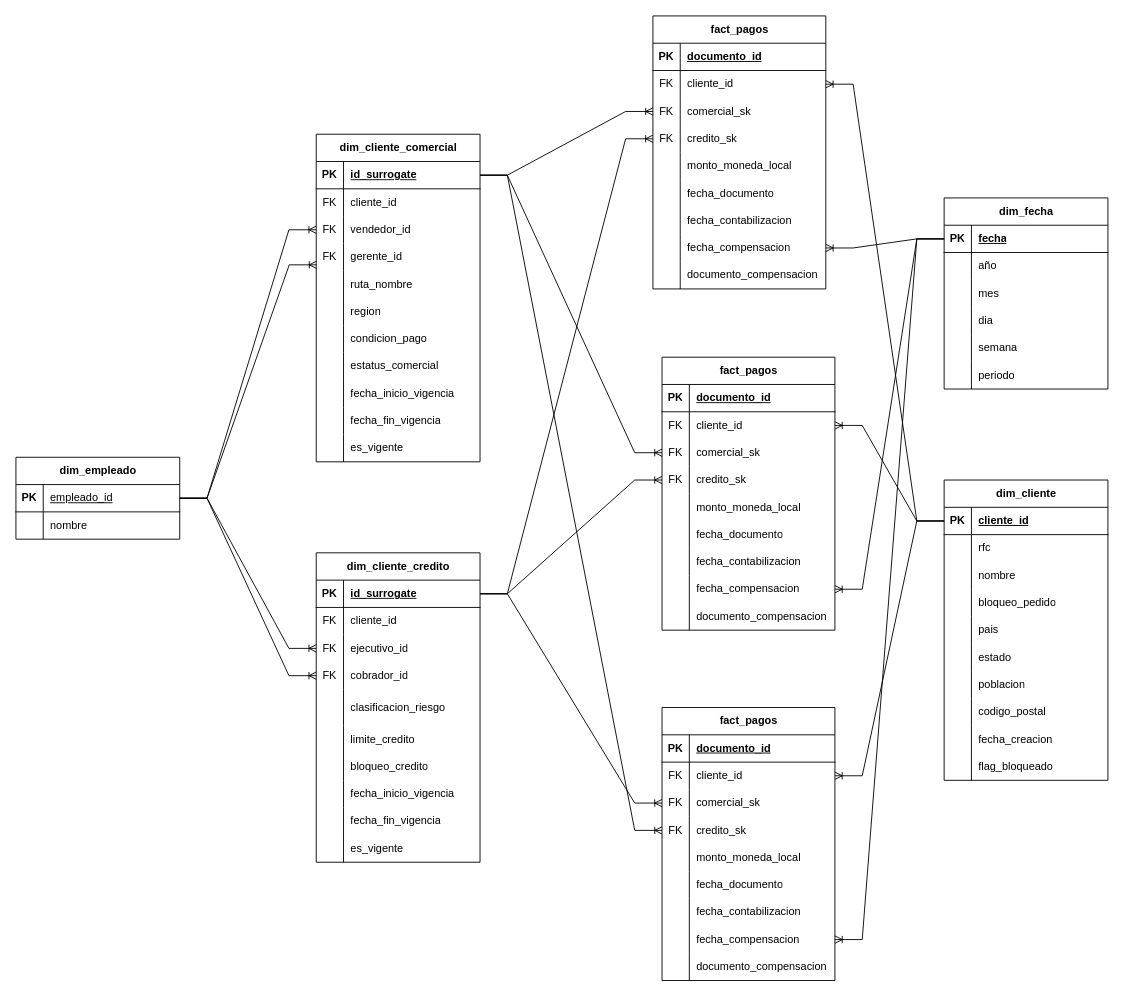
Above: docs/architecture/physical_data_model.drawio in romloc11/accounts-receivable-medallion-dwh (draw.io), before the change. Source tidied: cells renumbered, new cells numbered last; positions are measured from the earlier drawing's top-left corner, leaving out a move shared by most shapes. Both pictures are drawn from the tidied source at 91%, with x=0, y=0 at pixel (15, 15).
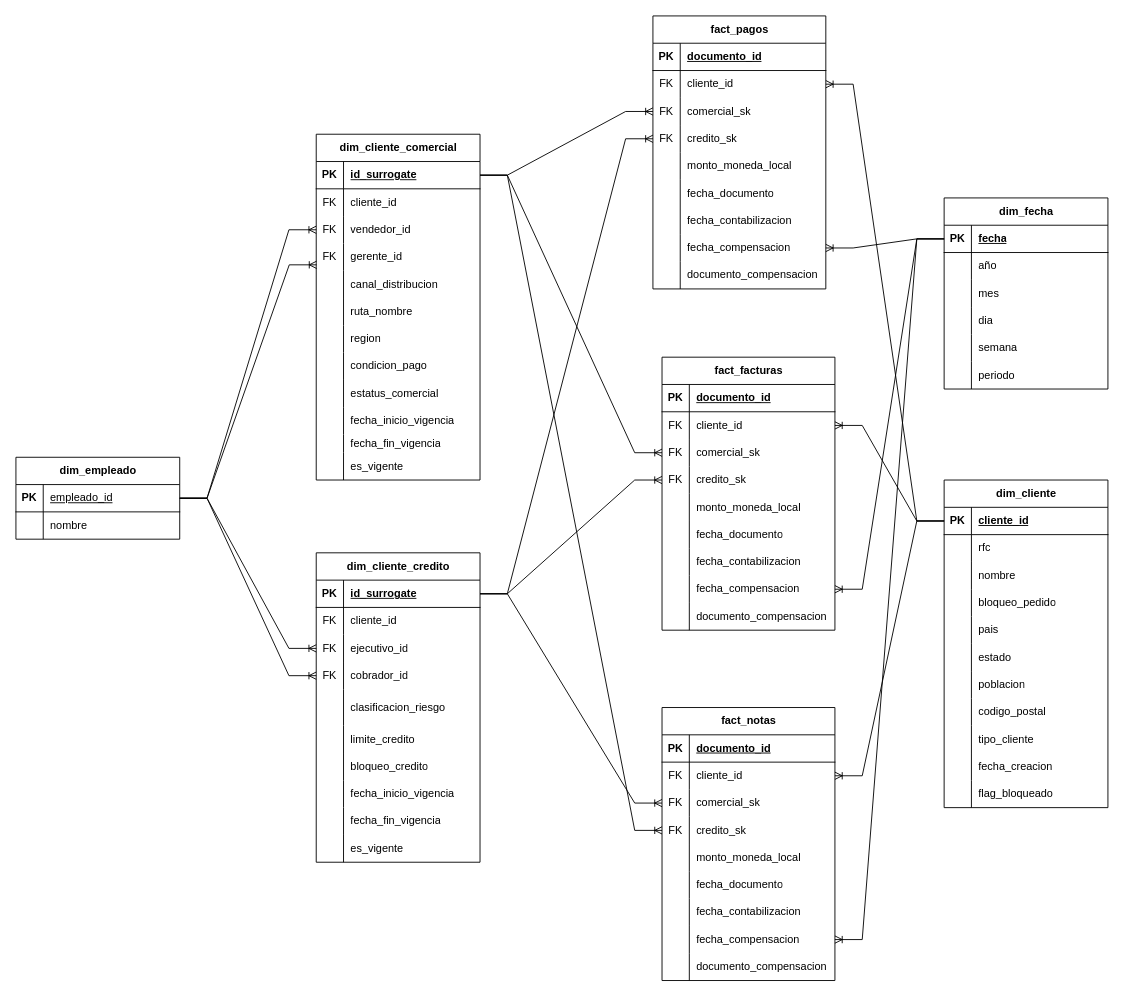
Above is the later version.

Commit message:
docs(arquitectura): actualiza el modelo fisico

Cambios al diagrama hechos fuera de esta sesion: agrega fact_facturas y
fact_notas, y atributos de cliente. fact_notas todavia no existe en gold -
el diagrama va adelante del codigo.

What changed in the source:
```diff
@@
     <mxCell id="2" value="dim_cliente" style="shape=table;startSize=30;childLayout=tableLayout;rowLines=0;fontStyle=1;align=center;html=1;" parent="1" vertex="1">
-      <mxGeometry x="1020" y="510" width="180" height="330" as="geometry" />
+      <mxGeometry x="1020" y="510" width="180" height="360" as="geometry" />
     </mxCell>
@@
+    <mxCell id="224" style="shape=tableRow;horizontal=0;startSize=0;swimlaneHead=0;swimlaneBody=0;fillColor=none;top=0;left=0;right=0;bottom=0;" parent="2" vertex="1">
+      <mxGeometry y="270" width="180" height="30" as="geometry" />
+    </mxCell>
+    <mxCell id="225" style="shape=partialRectangle;fillColor=none;top=0;left=0;bottom=0;right=0;overflow=hidden;whiteSpace=wrap;html=1;" parent="224" vertex="1">
+      <mxGeometry width="30" height="30" as="geometry" />
+    </mxCell>
+    <mxCell id="226" value="tipo_cliente" style="shape=partialRectangle;fillColor=none;top=0;left=0;bottom=0;right=0;align=left;spacingLeft=6;overflow=hidden;whiteSpace=wrap;html=1;" parent="224" vertex="1">
+      <mxGeometry x="30" width="150" height="30" as="geometry" />
+    </mxCell>
     <mxCell id="27" style="shape=tableRow;horizontal=0;startSize=0;swimlaneHead=0;swimlaneBody=0;fillColor=none;top=0;left=0;right=0;bottom=0;" parent="2" vertex="1">
-      <mxGeometry y="270" width="180" height="30" as="geometry" />
+      <mxGeometry y="300" width="180" height="30" as="geometry" />
     </mxCell>
@@
     <mxCell id="30" style="shape=tableRow;horizontal=0;startSize=0;swimlaneHead=0;swimlaneBody=0;fillColor=none;top=0;left=0;right=0;bottom=0;" parent="2" vertex="1">
-      <mxGeometry y="300" width="180" height="30" as="geometry" />
+      <mxGeometry y="330" width="180" height="30" as="geometry" />
     </mxCell>
@@
     <mxCell id="61" value="dim_cliente_comercial" style="shape=table;startSize=30;childLayout=tableLayout;rowLines=0;fontStyle=1;align=center;html=1;" parent="1" vertex="1">
-      <mxGeometry x="330" y="130" width="180" height="360" as="geometry" />
+      <mxGeometry x="330" y="130" width="180" height="380" as="geometry" />
     </mxCell>
@@
+    <mxCell id="227" style="shape=tableRow;horizontal=0;startSize=0;swimlaneHead=0;swimlaneBody=0;fillColor=none;top=0;left=0;right=0;bottom=0;" parent="61" vertex="1">
+      <mxGeometry y="150" width="180" height="30" as="geometry" />
+    </mxCell>
+    <mxCell id="228" style="shape=partialRectangle;fillColor=none;top=0;left=0;bottom=0;right=0;overflow=hidden;whiteSpace=wrap;html=1;" parent="227" vertex="1">
+      <mxGeometry width="30" height="30" as="geometry" />
+    </mxCell>
+    <mxCell id="229" value="canal_distribucion" style="shape=partialRectangle;fillColor=none;top=0;left=0;bottom=0;right=0;align=left;spacingLeft=6;overflow=hidden;whiteSpace=wrap;html=1;" parent="227" vertex="1">
+      <mxGeometry x="30" width="150" height="30" as="geometry" />
+    </mxCell>
     <mxCell id="74" style="shape=tableRow;horizontal=0;startSize=0;swimlaneHead=0;swimlaneBody=0;fillColor=none;top=0;left=0;right=0;bottom=0;" parent="61" vertex="1">
-      <mxGeometry y="150" width="180" height="30" as="geometry" />
+      <mxGeometry y="180" width="180" height="30" as="geometry" />
     </mxCell>
@@
     <mxCell id="77" style="shape=tableRow;horizontal=0;startSize=0;swimlaneHead=0;swimlaneBody=0;fillColor=none;top=0;left=0;right=0;bottom=0;" parent="61" vertex="1">
-      <mxGeometry y="180" width="180" height="30" as="geometry" />
+      <mxGeometry y="210" width="180" height="30" as="geometry" />
     </mxCell>
@@
     <mxCell id="80" style="shape=tableRow;horizontal=0;startSize=0;swimlaneHead=0;swimlaneBody=0;fillColor=none;top=0;left=0;right=0;bottom=0;" parent="61" vertex="1">
-      <mxGeometry y="210" width="180" height="30" as="geometry" />
+      <mxGeometry y="240" width="180" height="30" as="geometry" />
     </mxCell>
@@
     <mxCell id="83" style="shape=tableRow;horizontal=0;startSize=0;swimlaneHead=0;swimlaneBody=0;fillColor=none;top=0;left=0;right=0;bottom=0;" parent="61" vertex="1">
-      <mxGeometry y="240" width="180" height="30" as="geometry" />
+      <mxGeometry y="270" width="180" height="30" as="geometry" />
     </mxCell>
@@
     <mxCell id="86" style="shape=tableRow;horizontal=0;startSize=0;swimlaneHead=0;swimlaneBody=0;fillColor=none;top=0;left=0;right=0;bottom=0;" parent="61" vertex="1">
-      <mxGeometry y="270" width="180" height="30" as="geometry" />
+      <mxGeometry y="300" width="180" height="30" as="geometry" />
     </mxCell>
@@
     <mxCell id="89" style="shape=tableRow;horizontal=0;startSize=0;swimlaneHead=0;swimlaneBody=0;fillColor=none;top=0;left=0;right=0;bottom=0;" parent="61" vertex="1">
-      <mxGeometry y="300" width="180" height="30" as="geometry" />
+      <mxGeometry y="330" width="180" height="20" as="geometry" />
     </mxCell>
     <mxCell id="90" style="shape=partialRectangle;fillColor=none;top=0;left=0;bottom=0;right=0;overflow=hidden;whiteSpace=wrap;html=1;" parent="89" vertex="1">
-      <mxGeometry width="30" height="30" as="geometry" />
+      <mxGeometry width="30" height="20" as="geometry" />
     </mxCell>
     <mxCell id="91" value="fecha_fin_vigencia" style="shape=partialRectangle;fillColor=none;top=0;left=0;bottom=0;right=0;align=left;spacingLeft=6;overflow=hidden;whiteSpace=wrap;html=1;" parent="89" vertex="1">
-      <mxGeometry x="30" width="150" height="30" as="geometry" />
+      <mxGeometry x="30" width="150" height="20" as="geometry" />
     </mxCell>
     <mxCell id="92" style="shape=tableRow;horizontal=0;startSize=0;swimlaneHead=0;swimlaneBody=0;fillColor=none;top=0;left=0;right=0;bottom=0;" parent="61" vertex="1">
-      <mxGeometry y="330" width="180" height="30" as="geometry" />
+      <mxGeometry y="350" width="180" height="30" as="geometry" />
     </mxCell>
@@
-    <mxCell id="166" value="fact_pagos" style="shape=table;startSize=30;childLayout=tableLayout;rowLines=0;fontStyle=1;align=center;html=1;" parent="1" vertex="1">
+    <mxCell id="166" value="fact_facturas" style="shape=table;startSize=30;childLayout=tableLayout;rowLines=0;fontStyle=1;align=center;html=1;" parent="1" vertex="1">
       <mxGeometry x="710" y="375" width="190" height="300" as="geometry" />
     </mxCell>
@@
-    <mxCell id="194" value="fact_pagos" style="shape=table;startSize=30;childLayout=tableLayout;rowLines=0;fontStyle=1;align=center;html=1;" parent="1" vertex="1">
+    <mxCell id="194" value="fact_notas" style="shape=table;startSize=30;childLayout=tableLayout;rowLines=0;fontStyle=1;align=center;html=1;" parent="1" vertex="1">
       <mxGeometry x="710" y="760" width="190" height="300" as="geometry" />
     </mxCell>
```
